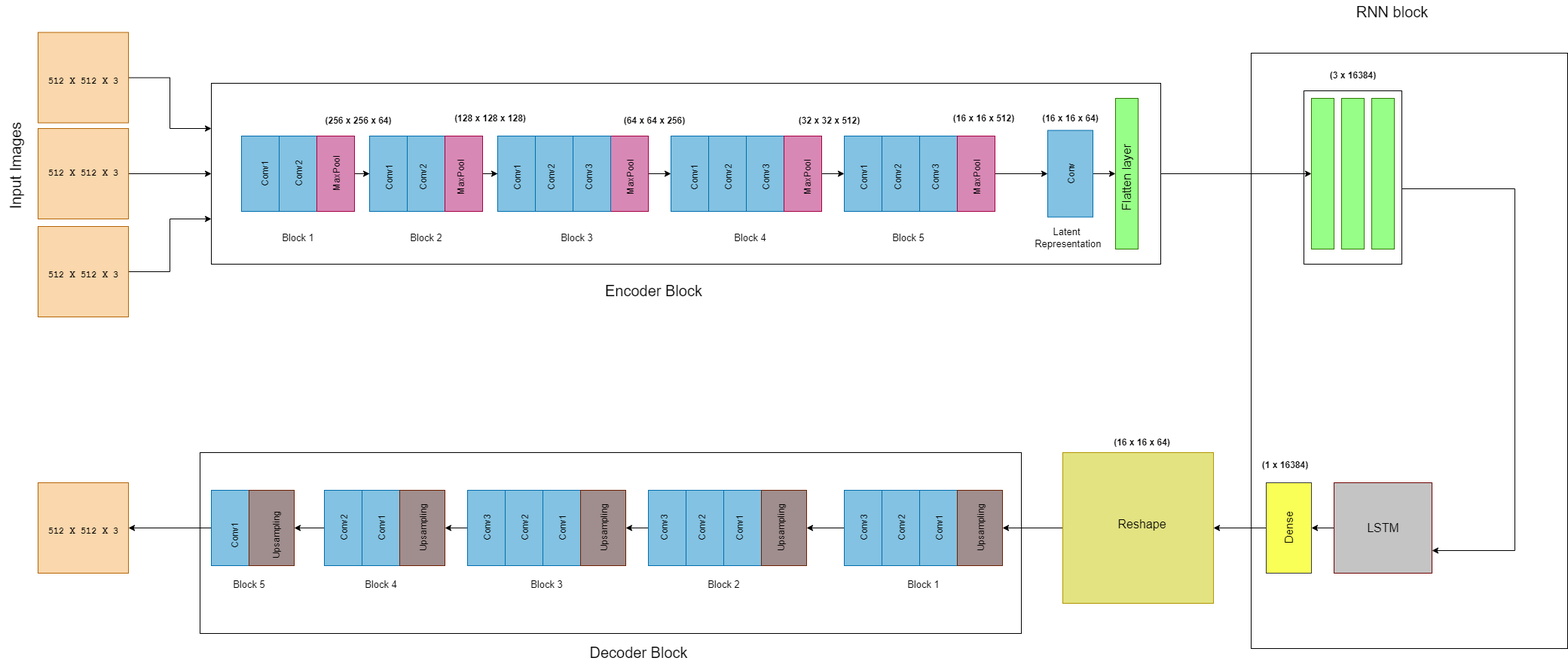
pavankumarallu/Water-Body-Detection keeps this draw.io diagram as Model.drawio.png. Above is the earlier version. Source tidied: cells renumbered, new cells last; positions are measured from the earlier drawing's top-left corner, leaving out a move shared by most shapes.
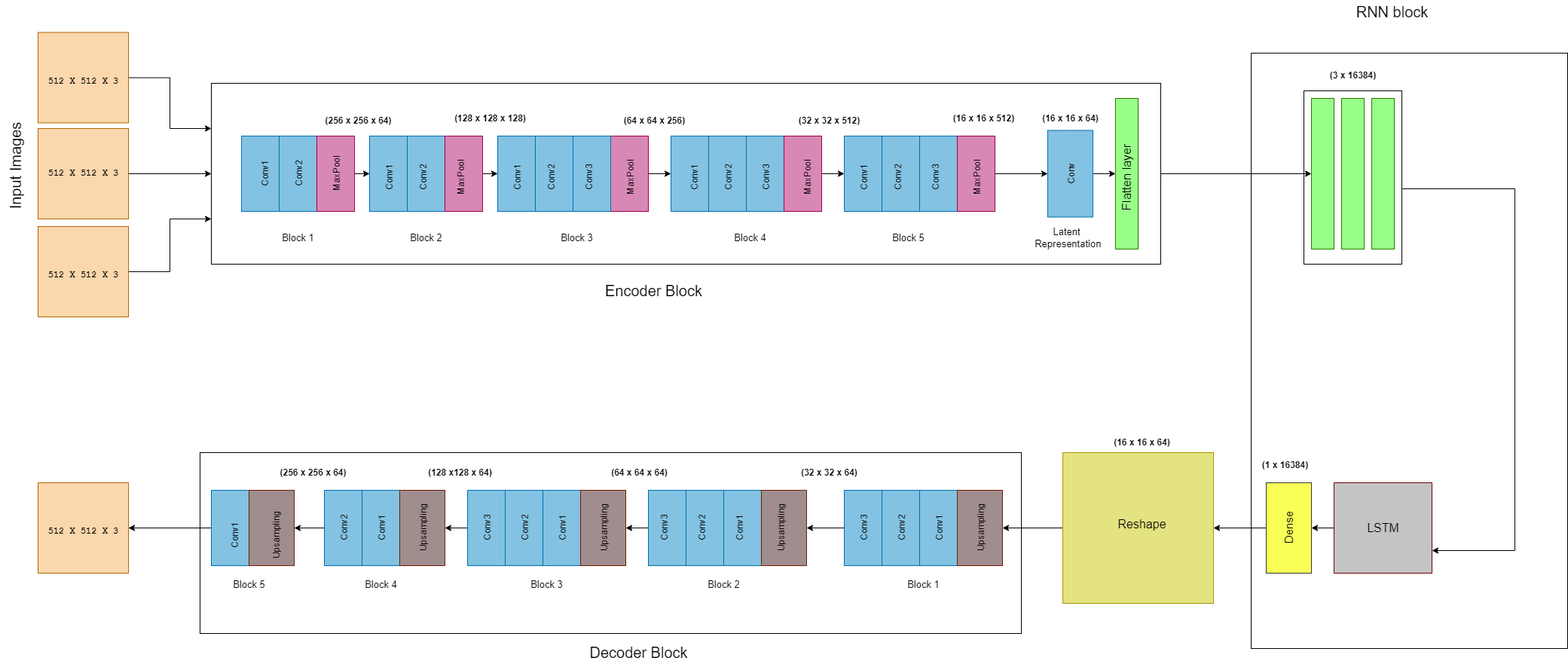
The same file after the commit.

Change to the diagram source:
```diff
@@ -421,5 +421,17 @@
     <mxCell id="139" value="&lt;font style=&quot;&quot;&gt;&lt;span style=&quot;font-size: 12px;&quot;&gt;(16 x 16 x 512)&lt;/span&gt;&lt;br style=&quot;font-size: 15px;&quot;&gt;&lt;/font&gt;" style="text;html=1;align=center;verticalAlign=middle;fillColor=none;strokeColor=none;rounded=0;rotation=0;fontSize=15;fontStyle=1;" parent="1" vertex="1">
       <mxGeometry x="1305" y="140" width="100" height="30" as="geometry" />
     </mxCell>
+    <mxCell id="140" value="&lt;font style=&quot;&quot;&gt;&lt;span style=&quot;font-size: 12px;&quot;&gt;(32 x 32 x 64)&lt;/span&gt;&lt;br style=&quot;font-size: 15px;&quot;&gt;&lt;/font&gt;" style="text;html=1;align=center;verticalAlign=middle;fillColor=none;strokeColor=none;rounded=0;rotation=0;fontSize=15;fontStyle=1;" parent="1" vertex="1">
+      <mxGeometry x="1100" y="610" width="100" height="30" as="geometry" />
+    </mxCell>
+    <mxCell id="141" value="&lt;font style=&quot;&quot;&gt;&lt;span style=&quot;font-size: 12px;&quot;&gt;(64 x 64 x 64)&lt;/span&gt;&lt;br style=&quot;font-size: 15px;&quot;&gt;&lt;/font&gt;" style="text;html=1;align=center;verticalAlign=middle;fillColor=none;strokeColor=none;rounded=0;rotation=0;fontSize=15;fontStyle=1;" parent="1" vertex="1">
+      <mxGeometry x="847.5" y="610" width="100" height="30" as="geometry" />
+    </mxCell>
+    <mxCell id="142" value="&lt;font style=&quot;&quot;&gt;&lt;span style=&quot;font-size: 12px;&quot;&gt;(128 x128 x 64)&lt;/span&gt;&lt;br style=&quot;font-size: 15px;&quot;&gt;&lt;/font&gt;" style="text;html=1;align=center;verticalAlign=middle;fillColor=none;strokeColor=none;rounded=0;rotation=0;fontSize=15;fontStyle=1;" parent="1" vertex="1">
+      <mxGeometry x="605" y="610" width="110" height="30" as="geometry" />
+    </mxCell>
+    <mxCell id="143" value="&lt;font style=&quot;&quot;&gt;&lt;span style=&quot;font-size: 12px;&quot;&gt;(256 x 256 x 64)&lt;/span&gt;&lt;br style=&quot;font-size: 15px;&quot;&gt;&lt;/font&gt;" style="text;html=1;align=center;verticalAlign=middle;fillColor=none;strokeColor=none;rounded=0;rotation=0;fontSize=15;fontStyle=1;" parent="1" vertex="1">
+      <mxGeometry x="410" y="610" width="110" height="30" as="geometry" />
+    </mxCell>
   </root>
 </mxGraphModel>
```
